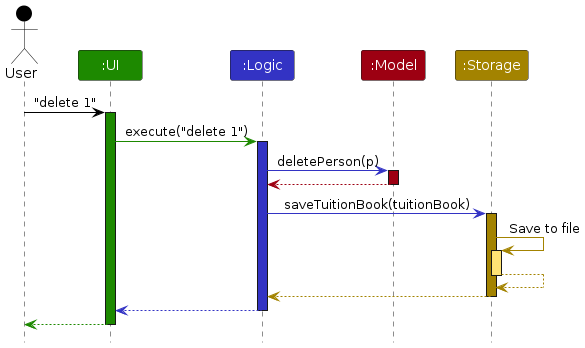
Earlier version of the PlantUML export diagrams/ArchitectureSequenceDiagram.png (AY2627S1-CS2103T-T16-2/tp). Its source is kept beside it as diagrams/ArchitectureSequenceDiagram.puml.
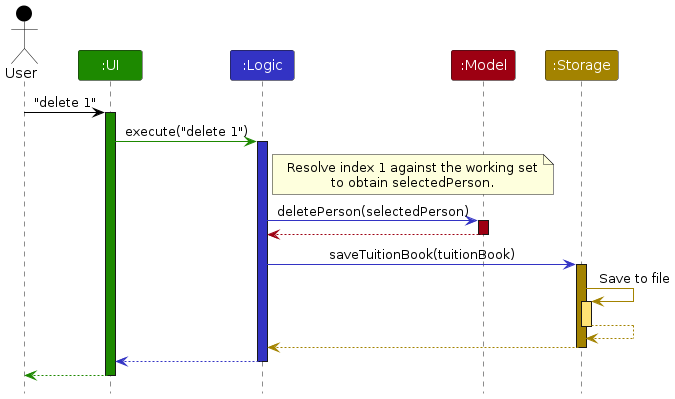
The same file after the commit.

The edit, as a diff of the source:
```diff
@@ -14,7 +14,12 @@
 ui -[UI_COLOR]> logic : execute("delete 1")
 activate logic LOGIC_COLOR
 
-logic -[LOGIC_COLOR]> model : deletePerson(p)
+note right of logic
+Resolve index 1 against the working set
+to obtain selectedPerson.
+end note
+
+logic -[LOGIC_COLOR]> model : deletePerson(selectedPerson)
 activate model MODEL_COLOR
 
 model -[MODEL_COLOR]-> logic
```
